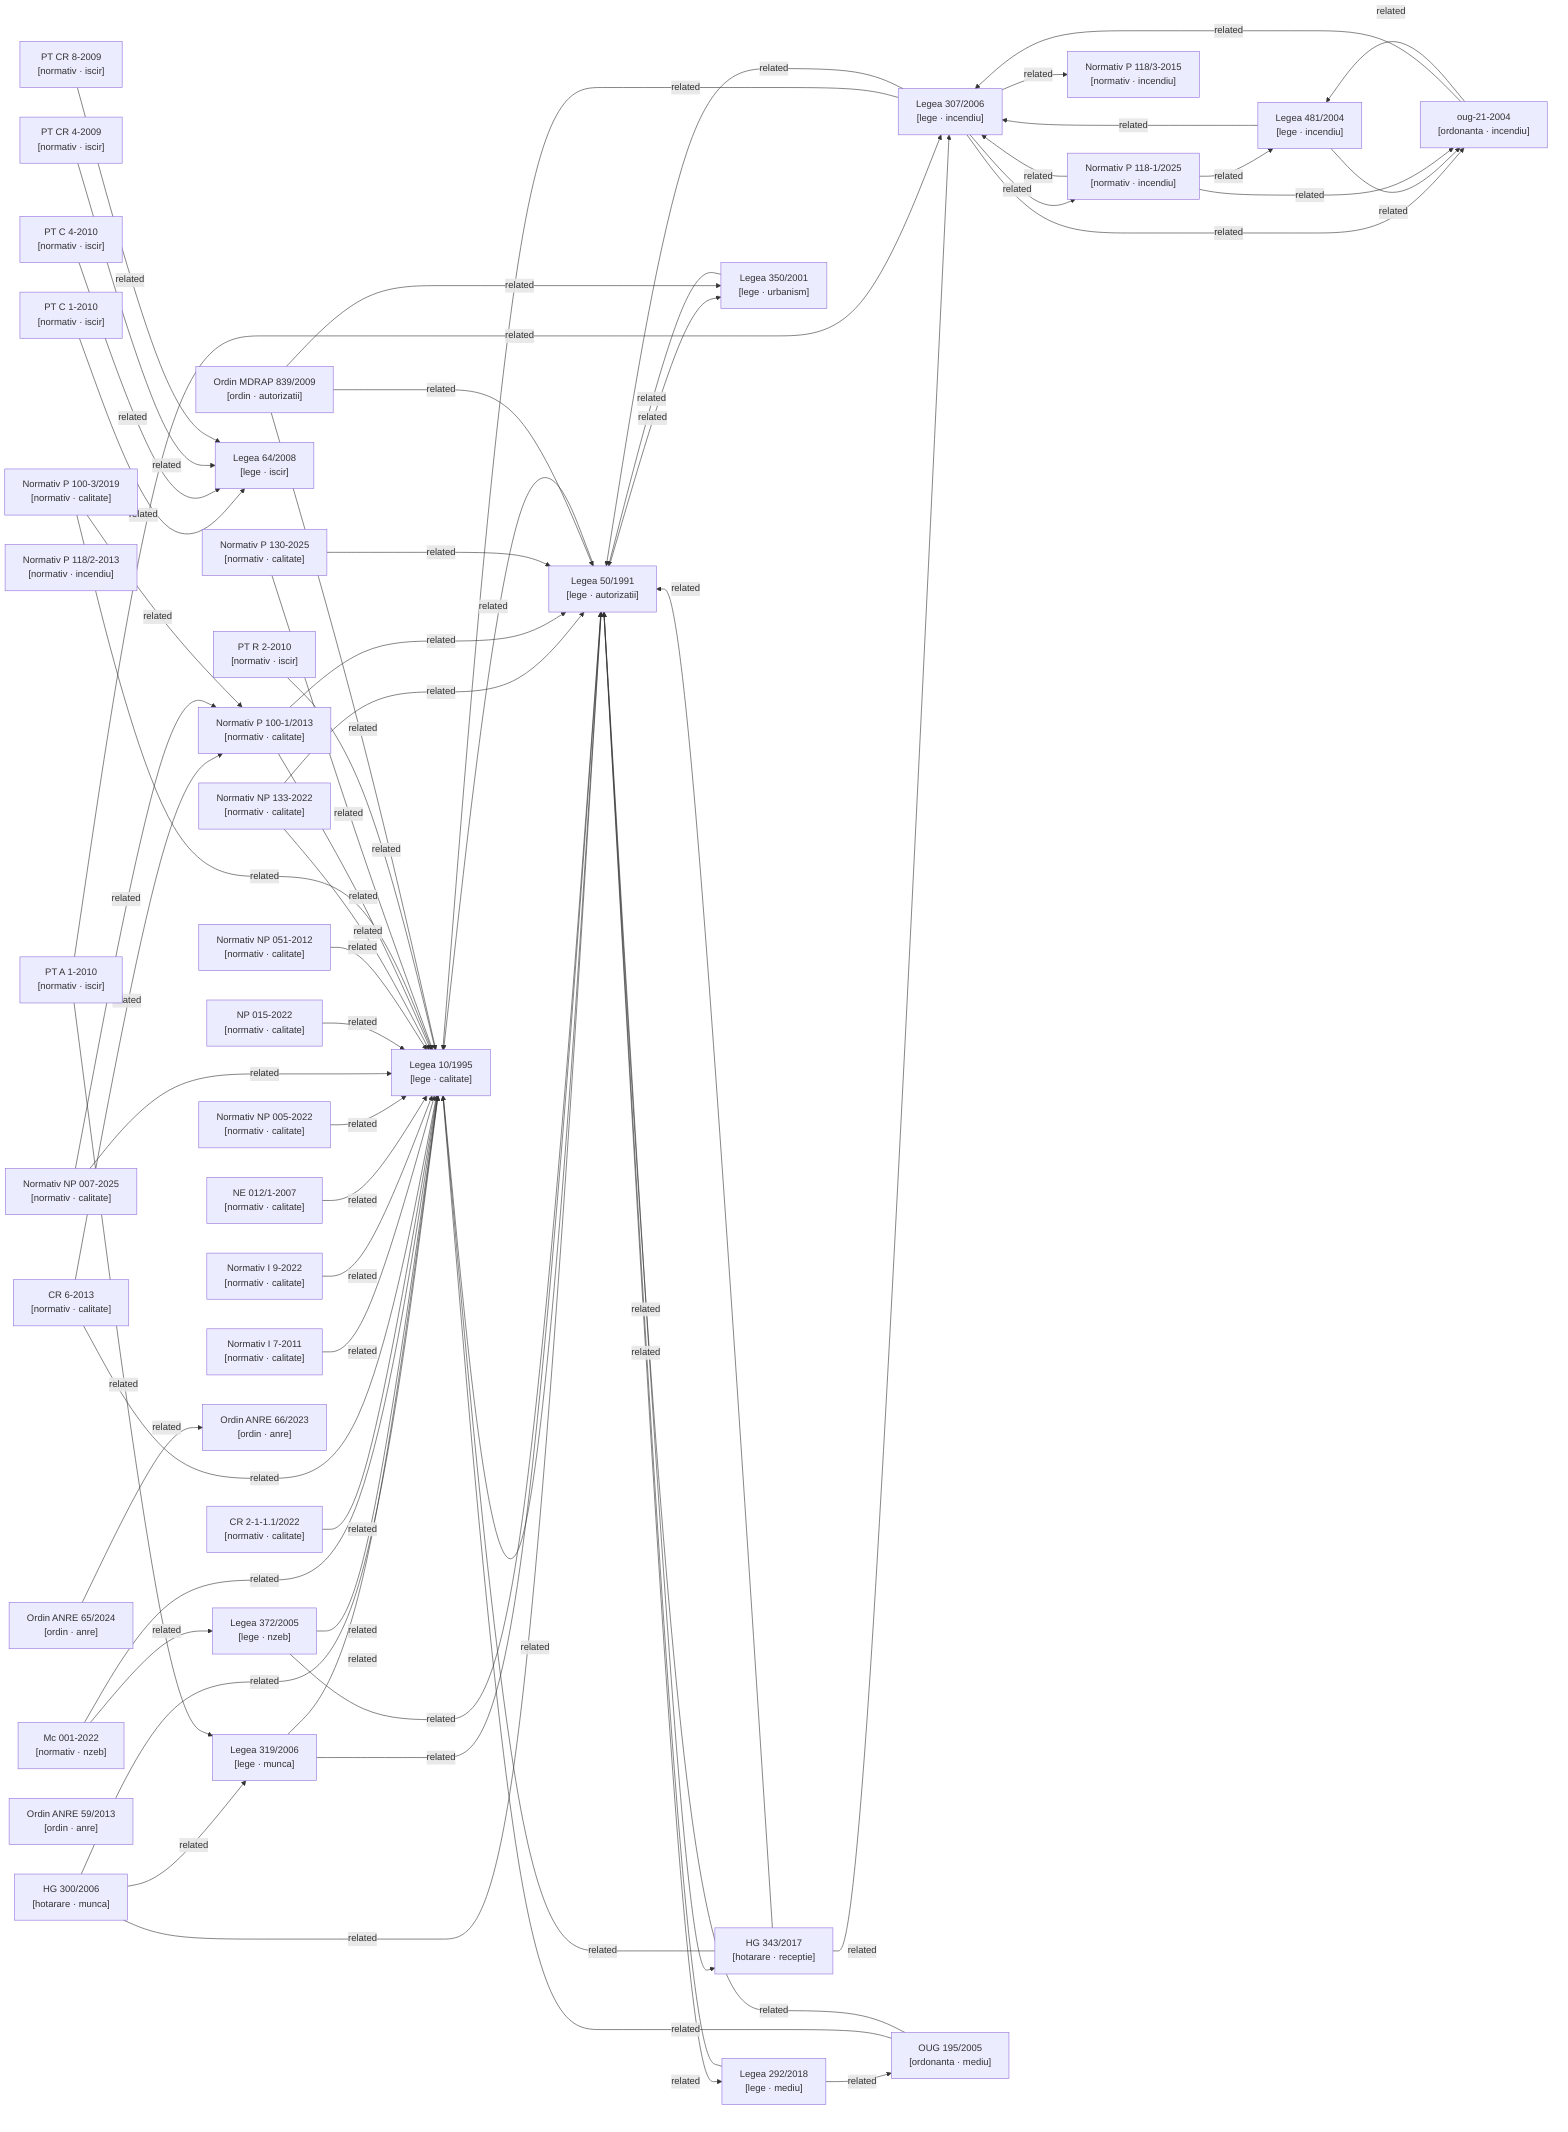
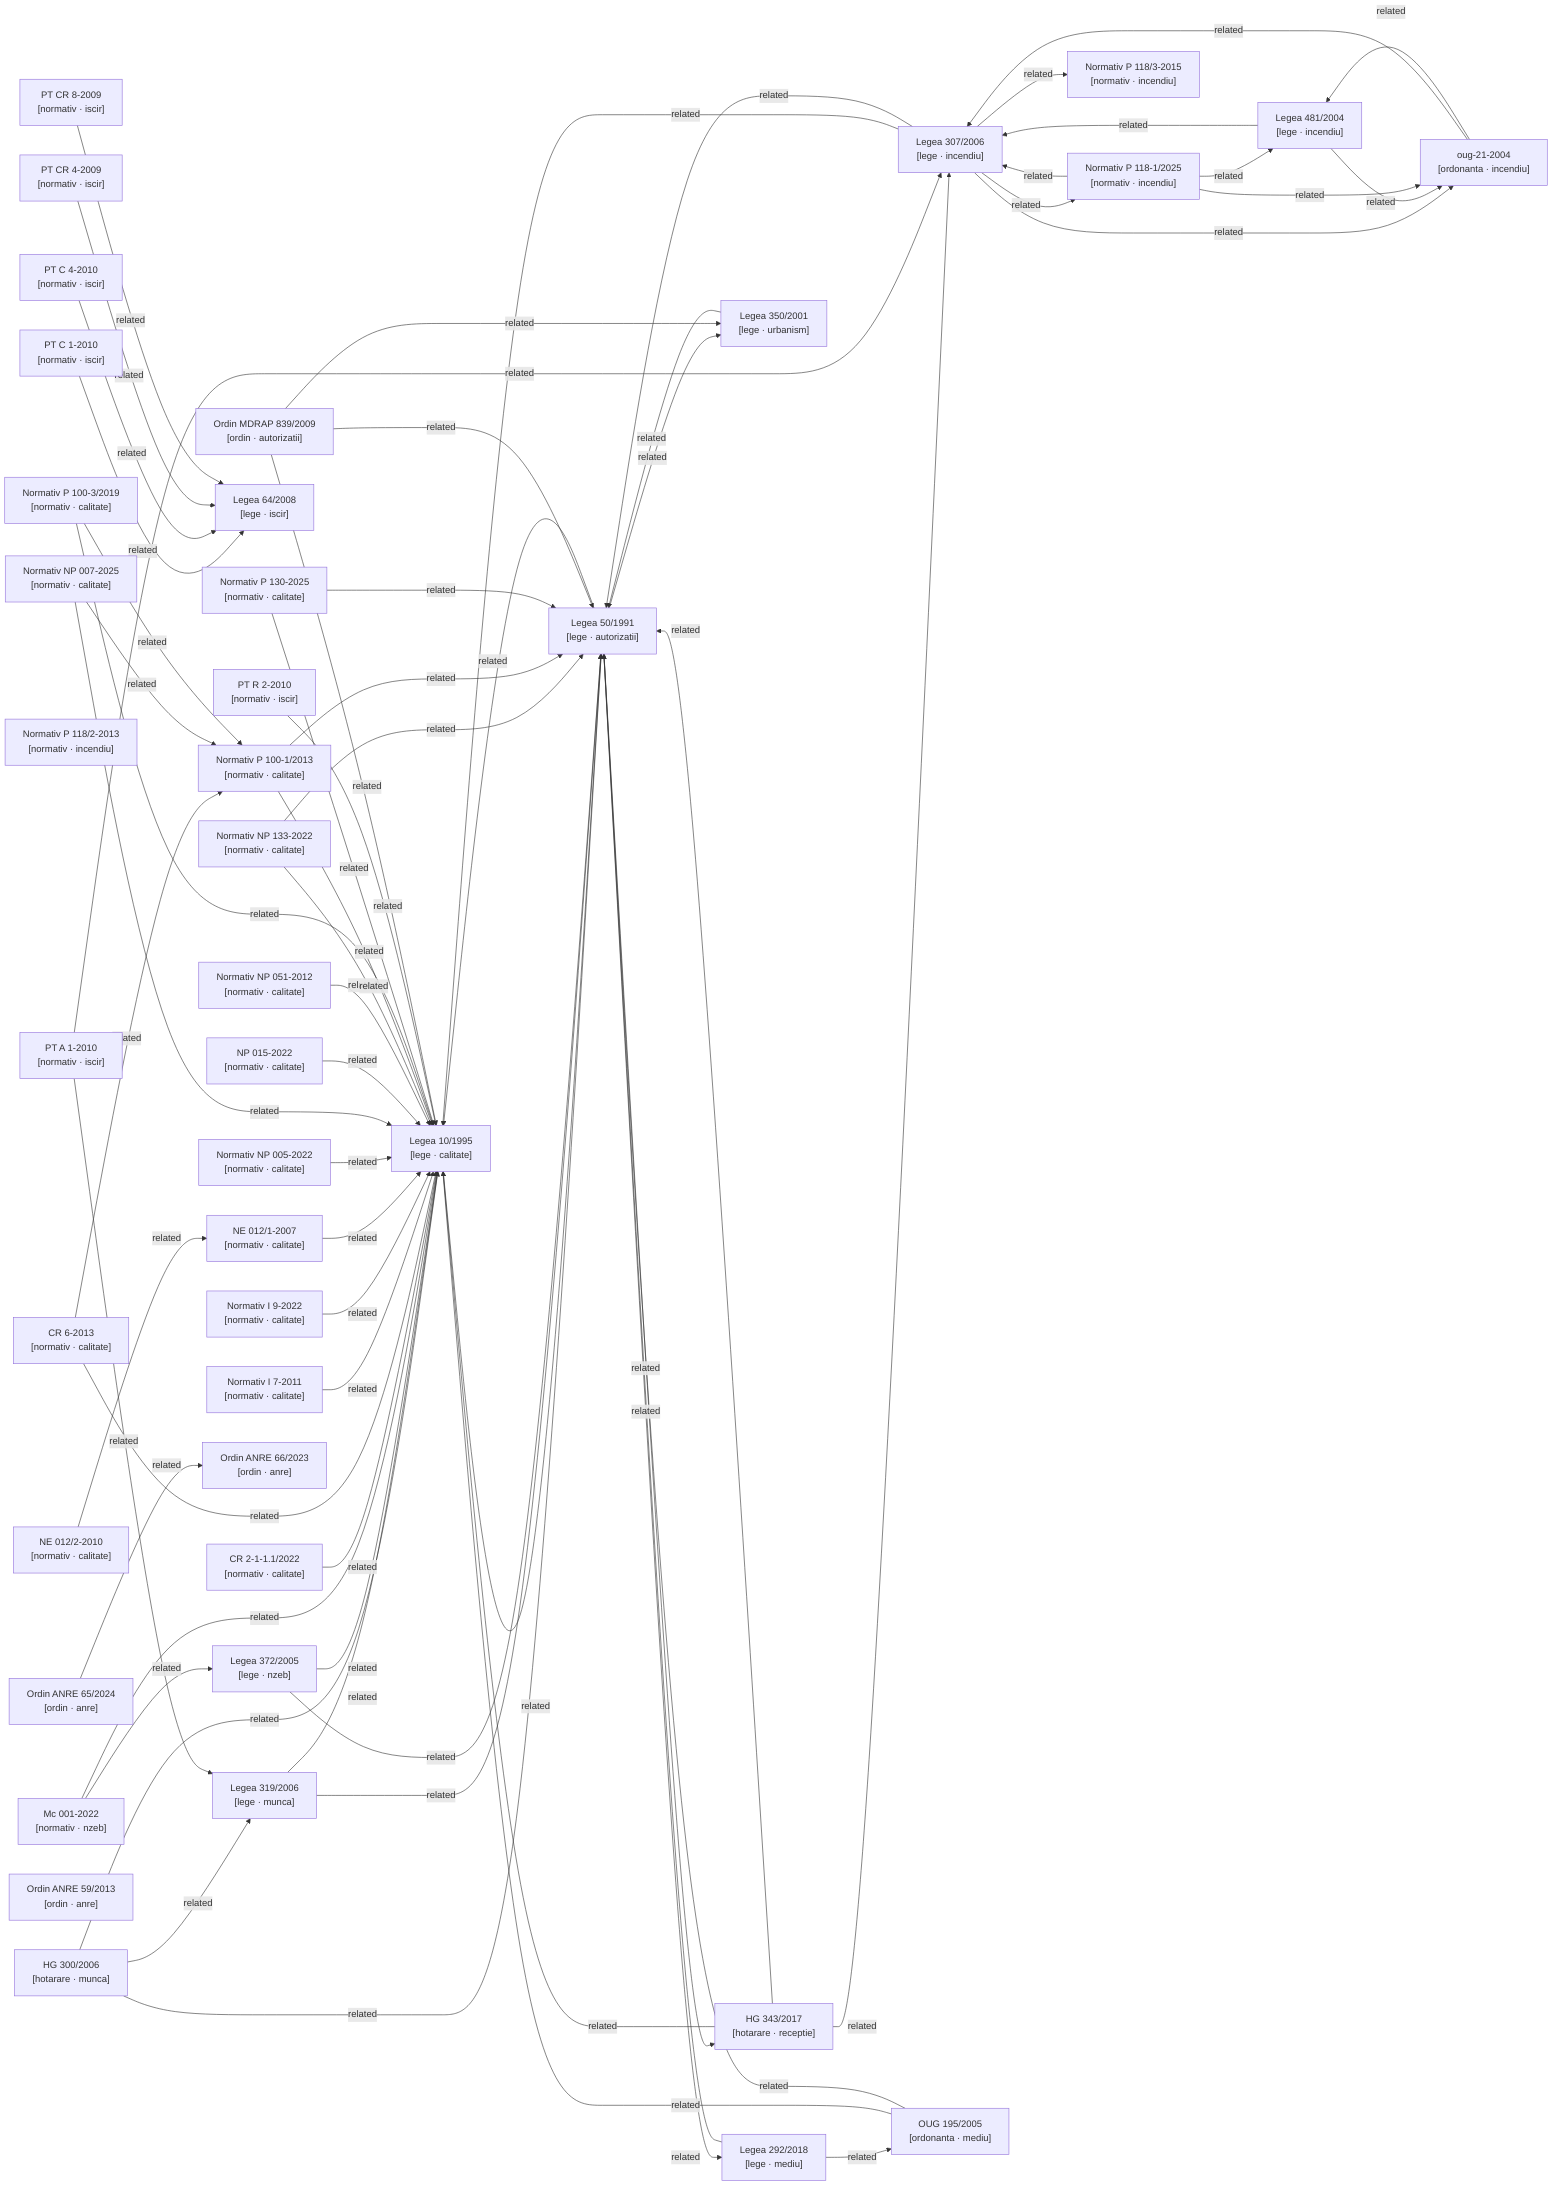
graph LR

  %% Nodes
  hg-300-2006["HG 300/2006\n[hotarare · munca]"]
  hg-343-2017["HG 343/2017\n[hotarare · receptie]"]
  lege-10-1995["Legea 10/1995\n[lege · calitate]"]
  lege-292-2018["Legea 292/2018\n[lege · mediu]"]
  lege-307-2006["Legea 307/2006\n[lege · incendiu]"]
  lege-319-2006["Legea 319/2006\n[lege · munca]"]
  lege-350-2001["Legea 350/2001\n[lege · urbanism]"]
  lege-372-2005["Legea 372/2005\n[lege · nzeb]"]
  lege-481-2004["Legea 481/2004\n[lege · incendiu]"]
  lege-50-1991["Legea 50/1991\n[lege · autorizatii]"]
  lege-64-2008["Legea 64/2008\n[lege · iscir]"]
  metodologie-mc001-2022["Mc 001-2022\n[normativ · nzeb]"]
  normativ-cr2-1-1-1-2022["CR 2-1-1.1/2022\n[normativ · calitate]"]
  normativ-cr6-2013["CR 6-2013\n[normativ · calitate]"]
  normativ-i7-2011["Normativ I 7-2011\n[normativ · calitate]"]
  normativ-i9-2022["Normativ I 9-2022\n[normativ · calitate]"]
  normativ-ne012-1-2007["NE 012/1-2007\n[normativ · calitate]"]
+   normativ-ne012-2-2010["NE 012/2-2010\n[normativ · calitate]"]
  normativ-np005-2022["Normativ NP 005-2022\n[normativ · calitate]"]
  normativ-np007-2025["Normativ NP 007-2025\n[normativ · calitate]"]
  normativ-np015-2022["NP 015-2022\n[normativ · calitate]"]
  normativ-np051-2012["Normativ NP 051-2012\n[normativ · calitate]"]
  normativ-np133-2022["Normativ NP 133-2022\n[normativ · calitate]"]
  normativ-p100-1-2013["Normativ P 100-1/2013\n[normativ · calitate]"]
  normativ-p100-3-2019["Normativ P 100-3/2019\n[normativ · calitate]"]
  normativ-p118-1-2025["Normativ P 118-1/2025\n[normativ · incendiu]"]
  normativ-p118-2-2013["Normativ P 118/2-2013\n[normativ · incendiu]"]
  normativ-p118-3-2015["Normativ P 118/3-2015\n[normativ · incendiu]"]
  normativ-p130-2025["Normativ P 130-2025\n[normativ · calitate]"]
  normativ-pt-a1-2010["PT A 1-2010\n[normativ · iscir]"]
  normativ-pt-c1-2010["PT C 1-2010\n[normativ · iscir]"]
  normativ-pt-c4-2010["PT C 4-2010\n[normativ · iscir]"]
  normativ-pt-cr4-2009["PT CR 4-2009\n[normativ · iscir]"]
  normativ-pt-cr8-2009["PT CR 8-2009\n[normativ · iscir]"]
  normativ-pt-r2-2010["PT R 2-2010\n[normativ · iscir]"]
  ordin-839-2009["Ordin MDRAP 839/2009\n[ordin · autorizatii]"]
  ordin-anre-59-2013["Ordin ANRE 59/2013\n[ordin · anre]"]
  ordin-anre-65-2024["Ordin ANRE 65/2024\n[ordin · anre]"]
  ordin-anre-66-2023["Ordin ANRE 66/2023\n[ordin · anre]"]
  oug-195-2005["OUG 195/2005\n[ordonanta · mediu]"]
  oug-21-2004["oug-21-2004\n[ordonanta · incendiu]"]

  %% Confirmed relationships (from metadata related_acts)
  hg-300-2006 -->|related| lege-10-1995
  hg-300-2006 -->|related| lege-319-2006
  hg-300-2006 -->|related| lege-50-1991
  hg-343-2017 -->|related| lege-10-1995
  hg-343-2017 -->|related| lege-307-2006
  hg-343-2017 -->|related| lege-50-1991
  lege-10-1995 -->|related| lege-50-1991
  lege-292-2018 -->|related| lege-50-1991
  lege-292-2018 -->|related| oug-195-2005
  lege-307-2006 -->|related| lege-10-1995
  lege-307-2006 -->|related| lege-50-1991
  lege-307-2006 -->|related| normativ-p118-1-2025
  lege-307-2006 -->|related| normativ-p118-3-2015
  lege-307-2006 -->|related| oug-21-2004
  lege-319-2006 -->|related| lege-10-1995
  lege-319-2006 -->|related| lege-50-1991
  lege-350-2001 -->|related| lege-50-1991
  lege-372-2005 -->|related| lege-10-1995
  lege-372-2005 -->|related| lege-50-1991
  lege-481-2004 -->|related| lege-307-2006
  lege-481-2004 -->|related| oug-21-2004
  lege-50-1991 -->|related| hg-343-2017
  lege-50-1991 -->|related| lege-10-1995
  lege-50-1991 -->|related| lege-292-2018
  lege-50-1991 -->|related| lege-350-2001
  metodologie-mc001-2022 -->|related| lege-10-1995
  metodologie-mc001-2022 -->|related| lege-372-2005
  normativ-cr2-1-1-1-2022 -->|related| lege-10-1995
  normativ-cr6-2013 -->|related| lege-10-1995
  normativ-cr6-2013 -->|related| normativ-p100-1-2013
  normativ-i7-2011 -->|related| lege-10-1995
  normativ-i9-2022 -->|related| lege-10-1995
  normativ-ne012-1-2007 -->|related| lege-10-1995
+   normativ-ne012-2-2010 -->|related| normativ-ne012-1-2007
  normativ-np005-2022 -->|related| lege-10-1995
  normativ-np007-2025 -->|related| lege-10-1995
  normativ-np007-2025 -->|related| normativ-p100-1-2013
  normativ-np015-2022 -->|related| lege-10-1995
  normativ-np051-2012 -->|related| lege-10-1995
  normativ-np133-2022 -->|related| lege-10-1995
  normativ-np133-2022 -->|related| lege-50-1991
  normativ-p100-1-2013 -->|related| lege-10-1995
  normativ-p100-1-2013 -->|related| lege-50-1991
  normativ-p100-3-2019 -->|related| lege-10-1995
  normativ-p100-3-2019 -->|related| normativ-p100-1-2013
  normativ-p118-1-2025 -->|related| lege-307-2006
  normativ-p118-1-2025 -->|related| lege-481-2004
  normativ-p118-1-2025 -->|related| oug-21-2004
  normativ-p130-2025 -->|related| lege-10-1995
  normativ-p130-2025 -->|related| lege-50-1991
  normativ-pt-a1-2010 -->|related| lege-307-2006
  normativ-pt-a1-2010 -->|related| lege-319-2006
  normativ-pt-c1-2010 -->|related| lege-64-2008
  normativ-pt-c4-2010 -->|related| lege-64-2008
  normativ-pt-cr4-2009 -->|related| lege-64-2008
  normativ-pt-cr8-2009 -->|related| lege-64-2008
  normativ-pt-r2-2010 -->|related| lege-10-1995
  ordin-839-2009 -->|related| lege-10-1995
  ordin-839-2009 -->|related| lege-350-2001
  ordin-839-2009 -->|related| lege-50-1991
  ordin-anre-65-2024 -->|related| ordin-anre-66-2023
  oug-195-2005 -->|related| lege-10-1995
  oug-195-2005 -->|related| lege-50-1991
  oug-21-2004 -->|related| lege-307-2006
  oug-21-2004 -->|related| lege-481-2004

  %% Auto-detected relationships (needs_review)
